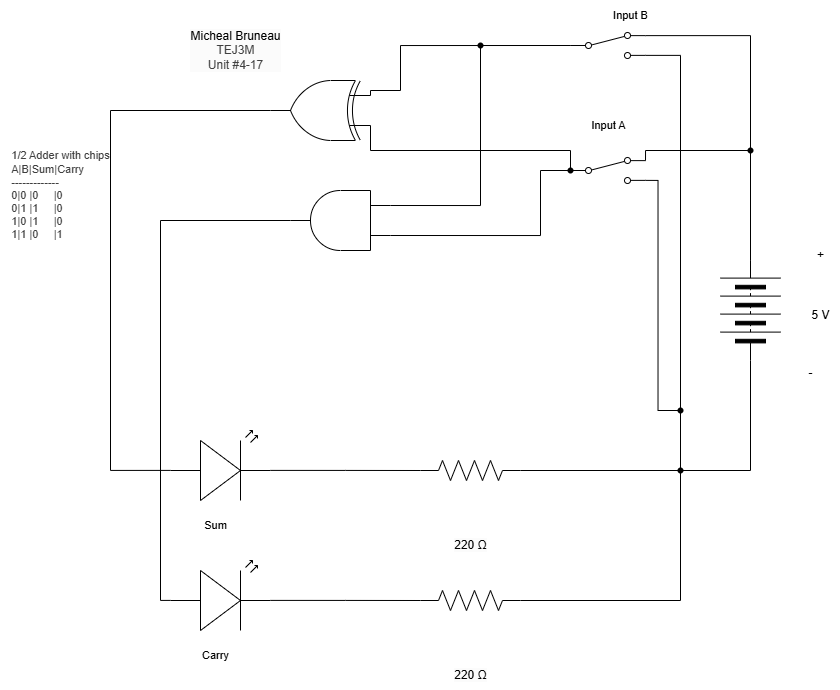
This is TEJ3M 4-17/schematic diagram.png from michael-bruneau/TEJ3M-Unit-4, a draw.io export, as it was before one commit. Source tidied: cells renumbered, new cells last; positions are measured from the earlier drawing's top-left corner, leaving out a move shared by most shapes.
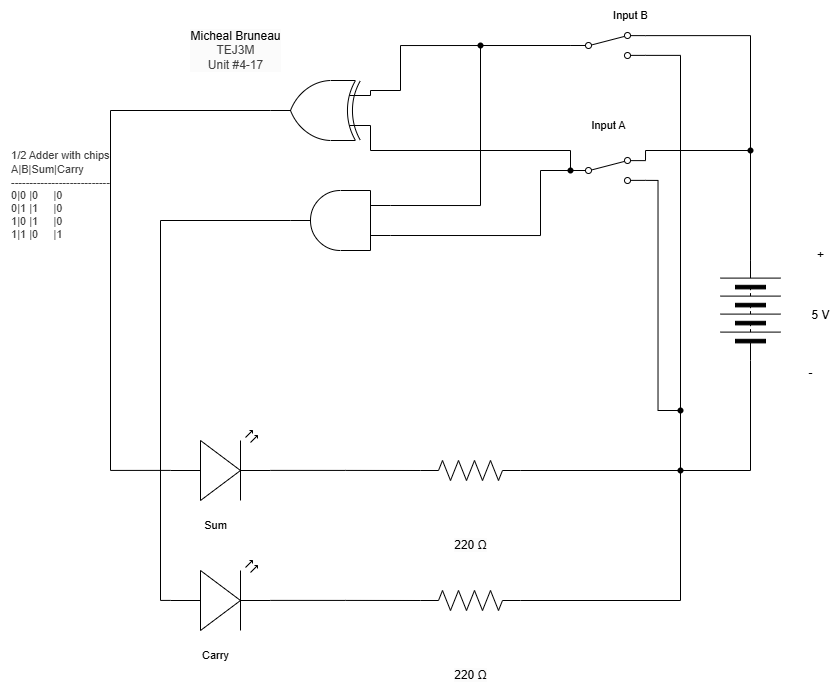
After the commit.

The edit, as a diff of the source:
```diff
@@ -5,7 +5,7 @@
     <mxCell id="2" value="&lt;span style=&quot;scrollbar-color: rgb(226, 226, 226) rgb(251, 251, 251); background-color: rgb(251, 251, 251); color: rgb(0, 0, 0);&quot;&gt;Micheal Bruneau&lt;/span&gt;&lt;div style=&quot;scrollbar-color: rgb(226, 226, 226) rgb(251, 251, 251); background-color: rgb(251, 251, 251); color: rgb(63, 63, 63);&quot;&gt;TEJ3M&lt;/div&gt;&lt;div style=&quot;scrollbar-color: rgb(226, 226, 226) rgb(251, 251, 251); background-color: rgb(251, 251, 251); color: rgb(63, 63, 63);&quot;&gt;Unit #4-17&lt;/div&gt;" style="text;html=1;align=center;verticalAlign=middle;strokeColor=none;fillColor=none;" parent="1" vertex="1">
       <mxGeometry x="180" y="20" width="110" height="60" as="geometry" />
     </mxCell>
-    <mxCell id="3" value="&lt;div style=&quot;scrollbar-color: rgb(226, 226, 226) rgb(251, 251, 251); font-size: 11px; text-align: left; color: rgb(63, 63, 63);&quot;&gt;&lt;span style=&quot;background-color: rgb(255, 255, 255);&quot;&gt;1/2 Adder with chips&lt;/span&gt;&lt;/div&gt;&lt;div style=&quot;scrollbar-color: rgb(226, 226, 226) rgb(251, 251, 251); font-size: 11px; text-align: left; color: rgb(63, 63, 63);&quot;&gt;&lt;span style=&quot;color: light-dark(rgb(63, 63, 63), rgb(183, 183, 183));&quot;&gt;A|B|Sum|Carry&lt;/span&gt;&lt;/div&gt;&lt;div style=&quot;color: rgb(63, 63, 63); scrollbar-color: rgb(226, 226, 226) rgb(251, 251, 251); font-size: 11px; text-align: left;&quot;&gt;-------------&lt;/div&gt;&lt;div style=&quot;color: rgb(63, 63, 63); scrollbar-color: rgb(226, 226, 226) rgb(251, 251, 251); font-size: 11px; text-align: left;&quot;&gt;0|0 |0&amp;nbsp; &amp;nbsp; &amp;nbsp;|0&lt;/div&gt;&lt;div style=&quot;color: rgb(63, 63, 63); scrollbar-color: rgb(226, 226, 226) rgb(251, 251, 251); font-size: 11px; text-align: left;&quot;&gt;0|1 |1&amp;nbsp; &amp;nbsp; &amp;nbsp;|0&lt;/div&gt;&lt;div style=&quot;color: rgb(63, 63, 63); scrollbar-color: rgb(226, 226, 226) rgb(251, 251, 251); font-size: 11px; text-align: left;&quot;&gt;1|0 |1&amp;nbsp; &amp;nbsp; &amp;nbsp;|0&lt;/div&gt;&lt;div style=&quot;color: rgb(63, 63, 63); scrollbar-color: rgb(226, 226, 226) rgb(251, 251, 251); font-size: 11px; text-align: left;&quot;&gt;1|1 |0&amp;nbsp; &amp;nbsp; &amp;nbsp;|1&lt;/div&gt;" style="text;html=1;align=center;verticalAlign=middle;strokeColor=none;fillColor=none;" parent="1" vertex="1">
+    <mxCell id="3" value="&lt;div style=&quot;scrollbar-color: rgb(226, 226, 226) rgb(251, 251, 251); font-size: 11px; text-align: left; color: rgb(63, 63, 63);&quot;&gt;&lt;span style=&quot;background-color: rgb(255, 255, 255);&quot;&gt;1/2 Adder with chips&lt;/span&gt;&lt;/div&gt;&lt;div style=&quot;scrollbar-color: rgb(226, 226, 226) rgb(251, 251, 251); font-size: 11px; text-align: left; color: rgb(63, 63, 63);&quot;&gt;&lt;span style=&quot;color: light-dark(rgb(63, 63, 63), rgb(183, 183, 183));&quot;&gt;A|B|Sum|Carry&lt;/span&gt;&lt;/div&gt;&lt;div style=&quot;color: rgb(63, 63, 63); scrollbar-color: rgb(226, 226, 226) rgb(251, 251, 251); font-size: 11px; text-align: left;&quot;&gt;---------------------------&lt;/div&gt;&lt;div style=&quot;color: rgb(63, 63, 63); scrollbar-color: rgb(226, 226, 226) rgb(251, 251, 251); font-size: 11px; text-align: left;&quot;&gt;0|0 |0&amp;nbsp; &amp;nbsp; &amp;nbsp;|0&lt;/div&gt;&lt;div style=&quot;color: rgb(63, 63, 63); scrollbar-color: rgb(226, 226, 226) rgb(251, 251, 251); font-size: 11px; text-align: left;&quot;&gt;0|1 |1&amp;nbsp; &amp;nbsp; &amp;nbsp;|0&lt;/div&gt;&lt;div style=&quot;color: rgb(63, 63, 63); scrollbar-color: rgb(226, 226, 226) rgb(251, 251, 251); font-size: 11px; text-align: left;&quot;&gt;1|0 |1&amp;nbsp; &amp;nbsp; &amp;nbsp;|0&lt;/div&gt;&lt;div style=&quot;color: rgb(63, 63, 63); scrollbar-color: rgb(226, 226, 226) rgb(251, 251, 251); font-size: 11px; text-align: left;&quot;&gt;1|1 |0&amp;nbsp; &amp;nbsp; &amp;nbsp;|1&lt;/div&gt;" style="text;html=1;align=center;verticalAlign=middle;strokeColor=none;fillColor=none;" parent="1" vertex="1">
       <mxGeometry y="140" width="120" height="110" as="geometry" />
     </mxCell>
     <mxCell id="4" style="edgeStyle=orthogonalEdgeStyle;html=1;exitX=1;exitY=0.5;exitDx=0;exitDy=0;endArrow=none;endFill=0;rounded=0;entryX=1;entryY=0.12;entryDx=0;entryDy=0;" parent="1" edge="1" source="5" target="19">
```
